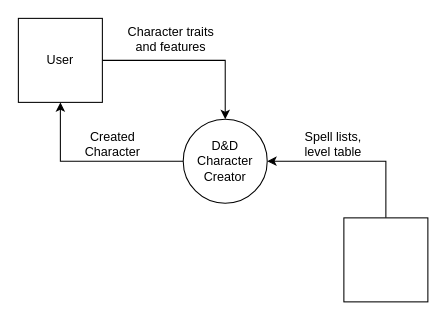
This is SDDMajorContextdiagram.drawio from DrProtato/DnD-Character-Manager, a draw.io file, before an edit. Source tidied: cells renumbered, new cells numbered last; positions are measured from the earlier drawing's top-left corner, leaving out a move shared by most shapes. Both pictures are drawn from the tidied source at 105%, with x=0, y=0 at pixel (18, 18).
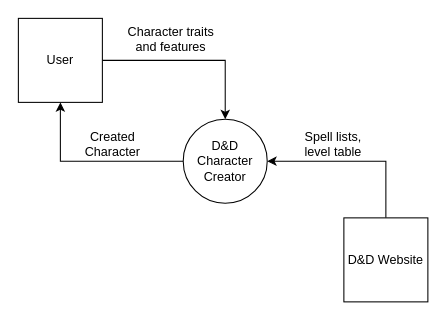
The same page after the edit.

What changed in the source:
```diff
@@
 <mxGraphModel>
   <root>
     <mxCell id="0" />
     <mxCell id="1" parent="0" />
     <mxCell id="2" style="edgeStyle=orthogonalEdgeStyle;rounded=0;jettySize=auto;html=1;" parent="1" edge="1" source="3" target="7">
       <mxGeometry relative="1" as="geometry" />
     </mxCell>
     <mxCell id="3" value="D&amp;amp;D Character Creator" style="ellipse;whiteSpace=wrap;html=1;" parent="1" vertex="1">
       <mxGeometry x="157" y="96" width="80" height="80" as="geometry" />
     </mxCell>
     <mxCell id="4" style="edgeStyle=orthogonalEdgeStyle;rounded=0;jettySize=auto;html=1;" parent="1" edge="1" source="5" target="3">
       <mxGeometry relative="1" as="geometry">
         <Array as="points">
           <mxPoint x="350" y="136" />
         </Array>
       </mxGeometry>
     </mxCell>
-    <mxCell id="5" style="whiteSpace=wrap;html=1;" parent="1" vertex="1">
+    <mxCell id="5" value="D&amp;amp;D Website" style="whiteSpace=wrap;html=1;" parent="1" vertex="1">
       <mxGeometry x="310" y="190" width="80" height="80" as="geometry" />
     </mxCell>
     <mxCell id="6" style="edgeStyle=orthogonalEdgeStyle;rounded=0;jettySize=auto;html=1;" parent="1" edge="1" source="7" target="3">
       <mxGeometry relative="1" as="geometry" />
     </mxCell>
     <mxCell id="7" value="User" style="whiteSpace=wrap;html=1;" parent="1" vertex="1">
       <mxGeometry width="80" height="80" as="geometry" />
     </mxCell>
     <mxCell id="8" value="Character traits and features" style="text;html=1;strokeColor=none;fillColor=none;align=center;verticalAlign=middle;whiteSpace=wrap;rounded=0;" parent="1" vertex="1">
       <mxGeometry x="94" y="10" width="103" height="20" as="geometry" />
     </mxCell>
     <mxCell id="9" value="Created Character" style="text;html=1;strokeColor=none;fillColor=none;align=center;verticalAlign=middle;whiteSpace=wrap;rounded=0;" parent="1" vertex="1">
       <mxGeometry x="70" y="110" width="40" height="20" as="geometry" />
     </mxCell>
     <mxCell id="10" value="Spell lists, level table" style="text;html=1;strokeColor=none;fillColor=none;align=center;verticalAlign=middle;whiteSpace=wrap;rounded=0;" parent="1" vertex="1">
       <mxGeometry x="260" y="110" width="80" height="20" as="geometry" />
     </mxCell>
   </root>
 </mxGraphModel>
```
